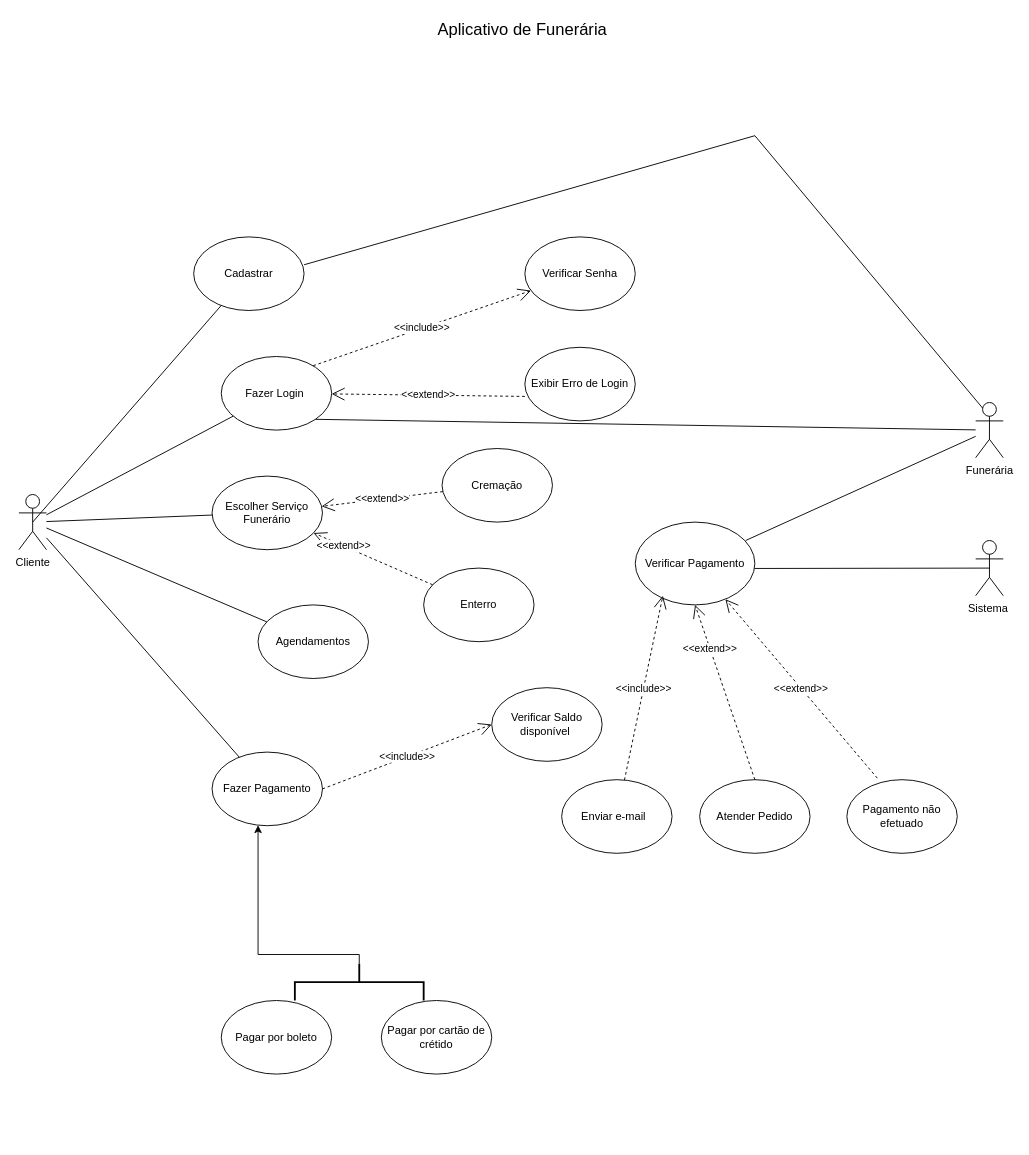
This is TrabalhoEngenharia.drawio from EsterGalati/Diagramas, a draw.io file, before an edit. Source tidied: cells renumbered, new cells numbered last; positions are measured from the earlier drawing's top-left corner, leaving out a move shared by most shapes. Both pictures are drawn from the tidied source at 92%, with x=0, y=0 at pixel (18, 16).
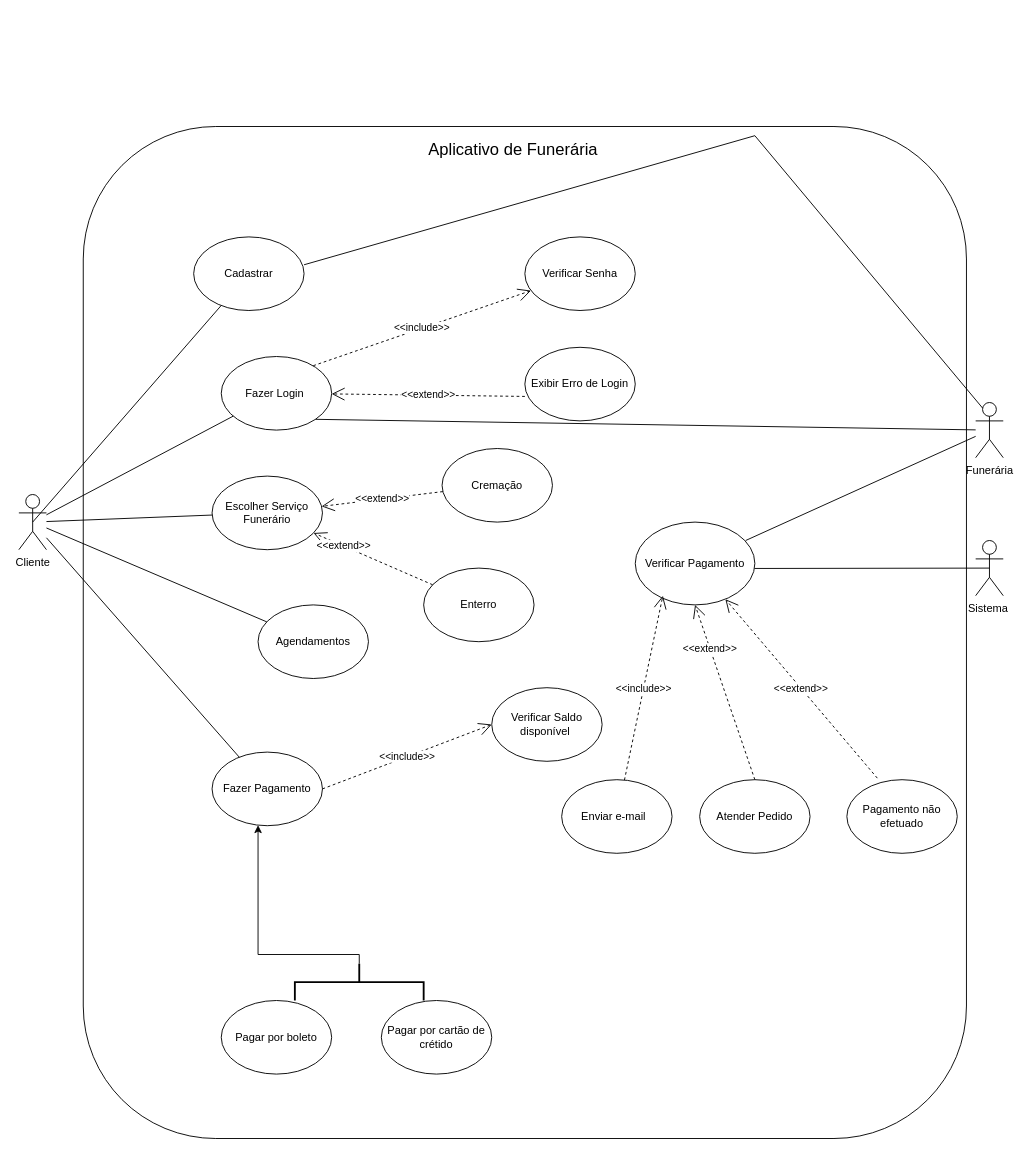
The same diagram, later.

What changed in the source:
```diff
@@
     <mxCell id="35" value="Aplicativo de Funerária&amp;nbsp;" style="text;html=1;strokeColor=none;fillColor=none;align=center;verticalAlign=middle;whiteSpace=wrap;rounded=0;fontSize=18;" parent="1" vertex="1">
-      <mxGeometry x="440" width="220" height="30" as="geometry" />
+      <mxGeometry x="430" y="130" width="220" height="30" as="geometry" />
     </mxCell>
@@
+    <mxCell id="41" style="rounded=1;whiteSpace=wrap;html=1;fillColor=none;" parent="1" vertex="1">
+      <mxGeometry x="70" y="120" width="960" height="1100" as="geometry" />
+    </mxCell>
```
